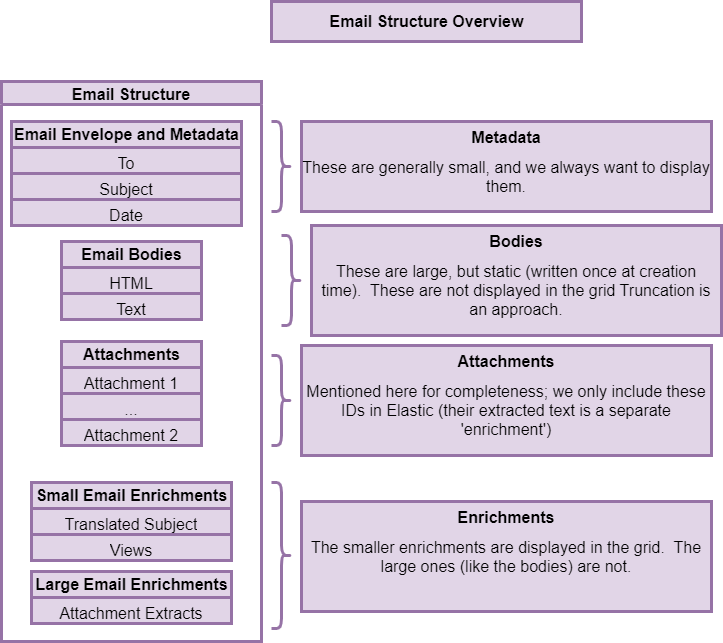
Before: notes/diagrams/email-structure-overview.png, a diagram exported from draw.io (maybe-another-name/elastic-things). Source tidied: cells renumbered, new cells last; positions are measured from the earlier drawing's top-left corner, leaving out a move shared by most shapes.
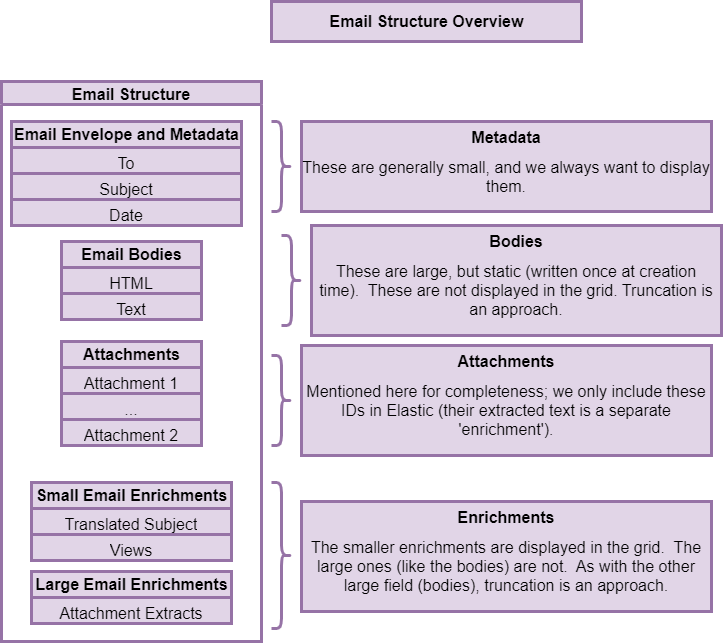
The same file after the commit.

Commit message:
adding base schema

The edit, as a diff of the source:
```diff
@@ -62,19 +62,19 @@
     <mxCell id="21" style="shape=curlyBracket;whiteSpace=wrap;html=1;rounded=1;flipH=1;labelPosition=right;verticalLabelPosition=middle;align=center;verticalAlign=middle;size=0.5;fillColor=#e1d5e7;strokeColor=#9673a6;fontSize=16;fontStyle=0;strokeWidth=3;" parent="1" vertex="1">
       <mxGeometry x="280" y="234" width="20" height="90" as="geometry" />
     </mxCell>
-    <mxCell id="22" value="&lt;h1 style=&quot;margin-top: 0px; font-size: 16px;&quot;&gt;&lt;span style=&quot;background-color: initial; font-size: 16px;&quot;&gt;Bodies&lt;/span&gt;&lt;/h1&gt;&lt;h1 style=&quot;margin-top: 0px; font-size: 16px;&quot;&gt;&lt;span style=&quot;background-color: initial; font-size: 16px; font-weight: normal;&quot;&gt;These are large, but static (written once at creation time).&amp;nbsp; These are not displayed in the grid Truncation is an approach.&lt;/span&gt;&lt;br style=&quot;font-size: 16px;&quot;&gt;&lt;/h1&gt;" style="text;html=1;whiteSpace=wrap;overflow=hidden;rounded=0;fillColor=#e1d5e7;strokeColor=#9673a6;fontSize=16;strokeWidth=3;align=center;" parent="1" vertex="1">
+    <mxCell id="22" value="&lt;h1 style=&quot;margin-top: 0px; font-size: 16px;&quot;&gt;&lt;span style=&quot;background-color: initial; font-size: 16px;&quot;&gt;Bodies&lt;/span&gt;&lt;/h1&gt;&lt;h1 style=&quot;margin-top: 0px; font-size: 16px;&quot;&gt;&lt;span style=&quot;background-color: initial; font-size: 16px; font-weight: normal;&quot;&gt;These are large, but static (written once at creation time).&amp;nbsp; These are not displayed in the grid. Truncation is an approach.&lt;/span&gt;&lt;br style=&quot;font-size: 16px;&quot;&gt;&lt;/h1&gt;" style="text;html=1;whiteSpace=wrap;overflow=hidden;rounded=0;fillColor=#e1d5e7;strokeColor=#9673a6;fontSize=16;strokeWidth=3;align=center;" parent="1" vertex="1">
       <mxGeometry x="310" y="224" width="410" height="110" as="geometry" />
     </mxCell>
     <mxCell id="23" style="shape=curlyBracket;whiteSpace=wrap;html=1;rounded=1;flipH=1;labelPosition=right;verticalLabelPosition=middle;align=center;verticalAlign=middle;size=0.5;fillColor=#e1d5e7;strokeColor=#9673a6;fontSize=16;fontStyle=0;strokeWidth=3;" parent="1" vertex="1">
       <mxGeometry x="270" y="354" width="20" height="90" as="geometry" />
     </mxCell>
-    <mxCell id="24" value="&lt;h1 style=&quot;margin-top: 0px; font-size: 16px;&quot;&gt;&lt;span style=&quot;background-color: initial; font-size: 16px;&quot;&gt;Attachments&lt;/span&gt;&lt;/h1&gt;&lt;h1 style=&quot;margin-top: 0px; font-size: 16px;&quot;&gt;&lt;span style=&quot;background-color: initial; font-size: 16px; font-weight: normal;&quot;&gt;Mentioned here for completeness; we only include these IDs in Elastic (their extracted text is a separate 'enrichment')&lt;/span&gt;&lt;br style=&quot;font-size: 16px;&quot;&gt;&lt;/h1&gt;" style="text;html=1;whiteSpace=wrap;overflow=hidden;rounded=0;fillColor=#e1d5e7;strokeColor=#9673a6;fontSize=16;strokeWidth=3;align=center;" parent="1" vertex="1">
+    <mxCell id="24" value="&lt;h1 style=&quot;margin-top: 0px; font-size: 16px;&quot;&gt;&lt;span style=&quot;background-color: initial; font-size: 16px;&quot;&gt;Attachments&lt;/span&gt;&lt;/h1&gt;&lt;h1 style=&quot;margin-top: 0px; font-size: 16px;&quot;&gt;&lt;span style=&quot;background-color: initial; font-size: 16px; font-weight: normal;&quot;&gt;Mentioned here for completeness; we only include these IDs in Elastic (their extracted text is a separate 'enrichment').&lt;/span&gt;&lt;br style=&quot;font-size: 16px;&quot;&gt;&lt;/h1&gt;" style="text;html=1;whiteSpace=wrap;overflow=hidden;rounded=0;fillColor=#e1d5e7;strokeColor=#9673a6;fontSize=16;strokeWidth=3;align=center;" parent="1" vertex="1">
       <mxGeometry x="300" y="344" width="410" height="110" as="geometry" />
     </mxCell>
     <mxCell id="25" style="shape=curlyBracket;whiteSpace=wrap;html=1;rounded=1;flipH=1;labelPosition=right;verticalLabelPosition=middle;align=center;verticalAlign=middle;size=0.5;fillColor=#e1d5e7;strokeColor=#9673a6;fontSize=16;fontStyle=0;strokeWidth=3;" parent="1" vertex="1">
       <mxGeometry x="270" y="481" width="20" height="146" as="geometry" />
     </mxCell>
-    <mxCell id="26" value="&lt;h1 style=&quot;margin-top: 0px; font-size: 16px;&quot;&gt;&lt;span style=&quot;background-color: initial; font-size: 16px;&quot;&gt;Enrichments&lt;/span&gt;&lt;/h1&gt;&lt;h1 style=&quot;margin-top: 0px; font-size: 16px;&quot;&gt;&lt;span style=&quot;font-size: 16px; font-weight: 400;&quot;&gt;The smaller enrichments are displayed in the grid.&amp;nbsp; The large ones (like the bodies) are not.&lt;/span&gt;&lt;/h1&gt;" style="text;html=1;whiteSpace=wrap;overflow=hidden;rounded=0;fillColor=#e1d5e7;strokeColor=#9673a6;fontSize=16;strokeWidth=3;align=center;" parent="1" vertex="1">
+    <mxCell id="26" value="&lt;h1 style=&quot;margin-top: 0px; font-size: 16px;&quot;&gt;&lt;span style=&quot;background-color: initial; font-size: 16px;&quot;&gt;Enrichments&lt;/span&gt;&lt;/h1&gt;&lt;h1 style=&quot;margin-top: 0px; font-size: 16px;&quot;&gt;&lt;span style=&quot;font-size: 16px; font-weight: 400;&quot;&gt;The smaller enrichments are displayed in the grid.&amp;nbsp; The large ones (like the bodies) are not.&amp;nbsp; As with the other large field (bodies), truncation is an approach.&lt;/span&gt;&lt;/h1&gt;" style="text;html=1;whiteSpace=wrap;overflow=hidden;rounded=0;fillColor=#e1d5e7;strokeColor=#9673a6;fontSize=16;strokeWidth=3;align=center;" parent="1" vertex="1">
       <mxGeometry x="300" y="500" width="410" height="110" as="geometry" />
     </mxCell>
     <mxCell id="27" value="Email Structure Overview" style="text;strokeColor=#9673a6;fillColor=#e1d5e7;html=1;fontSize=16;fontStyle=1;verticalAlign=middle;align=center;strokeWidth=3;" parent="1" vertex="1">
```
